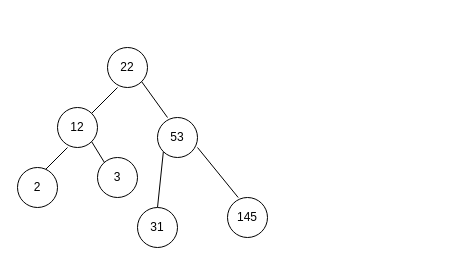
Before: Diagrams/Tree.drawio in OmarAlbassam/CSC212, a draw.io diagram. Source tidied: cells renumbered, new cells numbered last; positions are measured from the earlier drawing's top-left corner, leaving out a move shared by most shapes. Both pictures are drawn from the tidied source at 100%, with x=0, y=0 at pixel (17, 47).
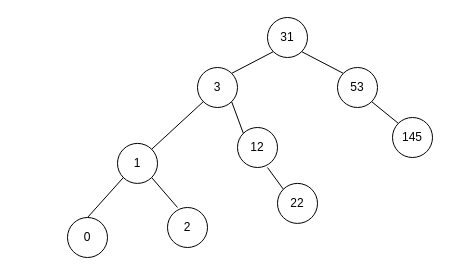
After the change.

What changed in the source:
```diff
@@
     <mxCell id="2" value="22" style="ellipse;whiteSpace=wrap;html=1;" parent="1" vertex="1">
-      <mxGeometry x="90" width="40" height="40" as="geometry" />
+      <mxGeometry x="260" y="135.9" width="40" height="40" as="geometry" />
     </mxCell>
-    <mxCell id="3" style="endArrow=none;html=1;" parent="1" edge="1">
-      <mxGeometry relative="1" as="geometry">
-        <mxPoint x="70" y="70" as="sourcePoint" />
-        <mxPoint x="100" y="40" as="targetPoint" />
-      </mxGeometry>
+    <mxCell id="3" style="endArrow=none;html=1;entryX=0;entryY=1;entryDx=0;entryDy=0;exitX=1;exitY=0;exitDx=0;exitDy=0;" parent="1" edge="1" source="8" target="12">
+      <mxGeometry relative="1" as="geometry" />
     </mxCell>
     <mxCell id="4" value="12" style="ellipse;whiteSpace=wrap;html=1;" parent="1" vertex="1">
-      <mxGeometry x="40" y="60" width="40" height="40" as="geometry" />
+      <mxGeometry x="220" y="80" width="40" height="40" as="geometry" />
     </mxCell>
-    <mxCell id="5" style="endArrow=none;html=1;" parent="1" edge="1">
+    <mxCell id="5" style="endArrow=none;html=1;entryX=1;entryY=1;entryDx=0;entryDy=0;" parent="1" edge="1" target="16">
       <mxGeometry relative="1" as="geometry">
-        <mxPoint x="20" y="130" as="sourcePoint" />
-        <mxPoint x="50" y="100" as="targetPoint" />
+        <mxPoint x="160" y="160" as="sourcePoint" />
       </mxGeometry>
     </mxCell>
-    <mxCell id="6" style="endArrow=none;html=1;exitX=1;exitY=1;exitDx=0;exitDy=0;" parent="1" edge="1" source="4">
+    <mxCell id="6" style="endArrow=none;html=1;entryX=0;entryY=0;entryDx=0;entryDy=0;" parent="1" edge="1" target="2">
       <mxGeometry relative="1" as="geometry">
-        <mxPoint x="90" y="120" as="targetPoint" />
+        <mxPoint x="250" y="120" as="sourcePoint" />
       </mxGeometry>
     </mxCell>
     <mxCell id="7" value="2" style="ellipse;whiteSpace=wrap;html=1;" parent="1" vertex="1">
-      <mxGeometry y="120" width="40" height="40" as="geometry" />
+      <mxGeometry x="150" y="160" width="40" height="40" as="geometry" />
     </mxCell>
     <mxCell id="8" value="3" style="ellipse;whiteSpace=wrap;html=1;" parent="1" vertex="1">
-      <mxGeometry x="80" y="110" width="40" height="40" as="geometry" />
+      <mxGeometry x="180" y="20" width="40" height="40" as="geometry" />
     </mxCell>
-    <mxCell id="9" style="endArrow=none;html=1;entryX=1;entryY=1;entryDx=0;entryDy=0;" parent="1" edge="1" target="2">
-      <mxGeometry relative="1" as="geometry">
-        <mxPoint x="150" y="70" as="sourcePoint" />
-      </mxGeometry>
+    <mxCell id="9" style="endArrow=none;html=1;entryX=1;entryY=1;entryDx=0;entryDy=0;exitX=0;exitY=0;exitDx=0;exitDy=0;" parent="1" edge="1" source="13" target="12">
+      <mxGeometry relative="1" as="geometry" />
     </mxCell>
-    <mxCell id="10" style="endArrow=none;html=1;" parent="1" edge="1">
-      <mxGeometry relative="1" as="geometry">
-        <mxPoint x="220.7" y="150" as="sourcePoint" />
-        <mxPoint x="180" y="100" as="targetPoint" />
-      </mxGeometry>
+    <mxCell id="10" style="endArrow=none;html=1;entryX=1;entryY=1;entryDx=0;entryDy=0;exitX=0;exitY=0;exitDx=0;exitDy=0;" parent="1" edge="1" source="4" target="8">
+      <mxGeometry relative="1" as="geometry" />
     </mxCell>
-    <mxCell id="11" style="endArrow=none;html=1;entryX=0;entryY=1;entryDx=0;entryDy=0;" parent="1" edge="1" target="13">
-      <mxGeometry relative="1" as="geometry">
-        <mxPoint x="140" y="160" as="sourcePoint" />
-      </mxGeometry>
+    <mxCell id="11" style="endArrow=none;html=1;entryX=1;entryY=1;entryDx=0;entryDy=0;exitX=0;exitY=0;exitDx=0;exitDy=0;" parent="1" edge="1" source="14" target="13">
+      <mxGeometry relative="1" as="geometry" />
     </mxCell>
     <mxCell id="12" value="31" style="ellipse;whiteSpace=wrap;html=1;" parent="1" vertex="1">
-      <mxGeometry x="120" y="160" width="40" height="40" as="geometry" />
+      <mxGeometry x="250" y="-30" width="40" height="40" as="geometry" />
     </mxCell>
     <mxCell id="13" value="53" style="ellipse;whiteSpace=wrap;html=1;" parent="1" vertex="1">
-      <mxGeometry x="140" y="70" width="40" height="40" as="geometry" />
+      <mxGeometry x="320" y="20" width="40" height="40" as="geometry" />
     </mxCell>
     <mxCell id="14" value="145" style="ellipse;whiteSpace=wrap;html=1;" parent="1" vertex="1">
-      <mxGeometry x="210" y="150" width="40" height="40" as="geometry" />
+      <mxGeometry x="375" y="70" width="40" height="40" as="geometry" />
     </mxCell>
+    <mxCell id="15" style="endArrow=none;html=1;entryX=0;entryY=1;entryDx=0;entryDy=0;exitX=1;exitY=0;exitDx=0;exitDy=0;" parent="1" edge="1" source="16" target="8">
+      <mxGeometry relative="1" as="geometry" />
+    </mxCell>
+    <mxCell id="16" value="1" style="ellipse;whiteSpace=wrap;html=1;" parent="1" vertex="1">
+      <mxGeometry x="100" y="95.9" width="40" height="40" as="geometry" />
+    </mxCell>
+    <mxCell id="17" style="endArrow=none;html=1;exitX=0.5;exitY=0;exitDx=0;exitDy=0;entryX=0;entryY=1;entryDx=0;entryDy=0;" parent="1" edge="1" source="18" target="16">
+      <mxGeometry relative="1" as="geometry" />
+    </mxCell>
+    <mxCell id="18" value="0" style="ellipse;whiteSpace=wrap;html=1;" parent="1" vertex="1">
+      <mxGeometry x="50" y="170" width="40" height="40" as="geometry" />
+    </mxCell>
```
